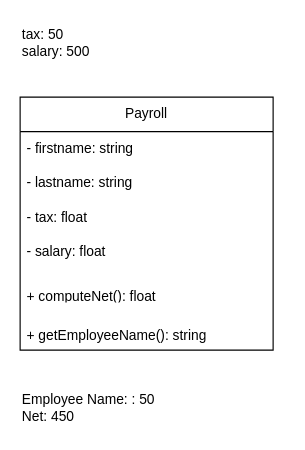
The draw.io diagram Untitled Diagram.drawio in tricia-mj/ITE601-Activities, before the edit. Source tidied: cells renumbered, new cells numbered last; positions are measured from the earlier drawing's top-left corner, leaving out a move shared by most shapes. Both pictures are drawn from the tidied source at 115%, with x=0, y=0 at pixel (20, 20).
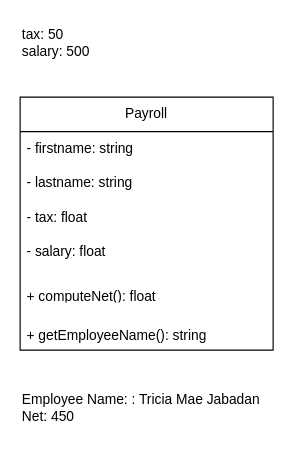
The same diagram, later.

What changed in the source:
```diff
@@
 <mxGraphModel>
   <root>
     <mxCell id="0" />
     <mxCell id="1" parent="0" />
     <mxCell id="2" value="Payroll" style="swimlane;fontStyle=0;horizontal=1;startSize=30;whiteSpace=wrap;html=1;" parent="1" vertex="1">
       <mxGeometry y="67" width="220" height="220" as="geometry" />
     </mxCell>
     <mxCell id="3" value="- firstname: string" style="text;strokeColor=none;fillColor=none;align=left;verticalAlign=middle;spacingLeft=4;spacingRight=4;overflow=hidden;whiteSpace=wrap;html=1;" parent="2" vertex="1">
       <mxGeometry y="30" width="220" height="30" as="geometry" />
     </mxCell>
     <mxCell id="4" value="- lastname: string" style="text;strokeColor=none;fillColor=none;align=left;verticalAlign=middle;spacingLeft=4;spacingRight=4;overflow=hidden;whiteSpace=wrap;html=1;" parent="2" vertex="1">
       <mxGeometry y="60" width="220" height="30" as="geometry" />
     </mxCell>
     <mxCell id="5" value="- tax: float&amp;nbsp;" style="text;strokeColor=none;fillColor=none;align=left;verticalAlign=middle;spacingLeft=4;spacingRight=4;overflow=hidden;whiteSpace=wrap;html=1;" parent="2" vertex="1">
       <mxGeometry y="90" width="220" height="30" as="geometry" />
     </mxCell>
     <mxCell id="6" value="- salary: float&amp;nbsp;" style="text;strokeColor=none;fillColor=none;align=left;verticalAlign=middle;spacingLeft=4;spacingRight=4;overflow=hidden;whiteSpace=wrap;html=1;" parent="2" vertex="1">
       <mxGeometry y="120" width="220" height="30" as="geometry" />
     </mxCell>
     <mxCell id="7" value="&lt;br&gt;+ computeNet(): float&amp;nbsp;" style="text;strokeColor=none;fillColor=none;align=left;verticalAlign=middle;spacingLeft=4;spacingRight=4;overflow=hidden;whiteSpace=wrap;html=1;" parent="2" vertex="1">
       <mxGeometry y="150" width="220" height="30" as="geometry" />
     </mxCell>
     <mxCell id="8" value="&lt;br&gt;+ getEmployeeName(): string" style="text;strokeColor=none;fillColor=none;align=left;verticalAlign=middle;spacingLeft=4;spacingRight=4;overflow=hidden;whiteSpace=wrap;html=1;" parent="2" vertex="1">
       <mxGeometry y="180" width="220" height="40" as="geometry" />
     </mxCell>
     <mxCell id="9" value="tax: 50&lt;div&gt;salary: 500&lt;/div&gt;" style="text;html=1;align=left;verticalAlign=middle;strokeColor=none;fillColor=none;" parent="1" vertex="1">
       <mxGeometry width="80" height="40" as="geometry" />
     </mxCell>
-    <mxCell id="10" value="Employee Name: : 50&lt;div&gt;Net: 450&lt;/div&gt;" style="text;html=1;align=left;verticalAlign=middle;strokeColor=none;fillColor=none;" parent="1" vertex="1">
-      <mxGeometry y="317" width="140" height="40" as="geometry" />
+    <mxCell id="10" value="Employee Name: : Tricia Mae Jabadan&lt;div&gt;Net: 450&lt;/div&gt;" style="text;html=1;align=left;verticalAlign=middle;strokeColor=none;fillColor=none;" parent="1" vertex="1">
+      <mxGeometry y="317" width="230" height="40" as="geometry" />
     </mxCell>
   </root>
 </mxGraphModel>
```
